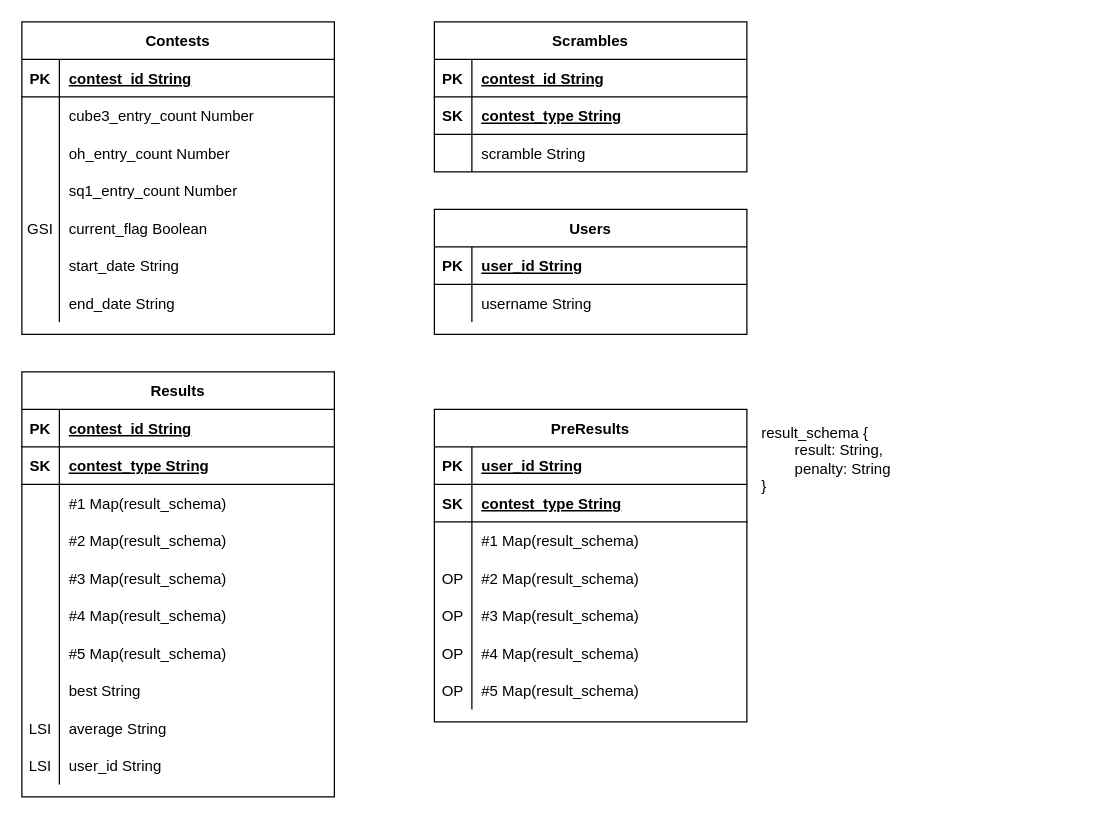
The draw.io diagram documents/erd.drawio in ky12228121/JIMContest, before the edit. Source tidied: cells renumbered, new cells numbered last; positions are measured from the earlier drawing's top-left corner, leaving out a move shared by most shapes. Both pictures are drawn from the tidied source at 125%, with x=0, y=0 at pixel (21, 21).
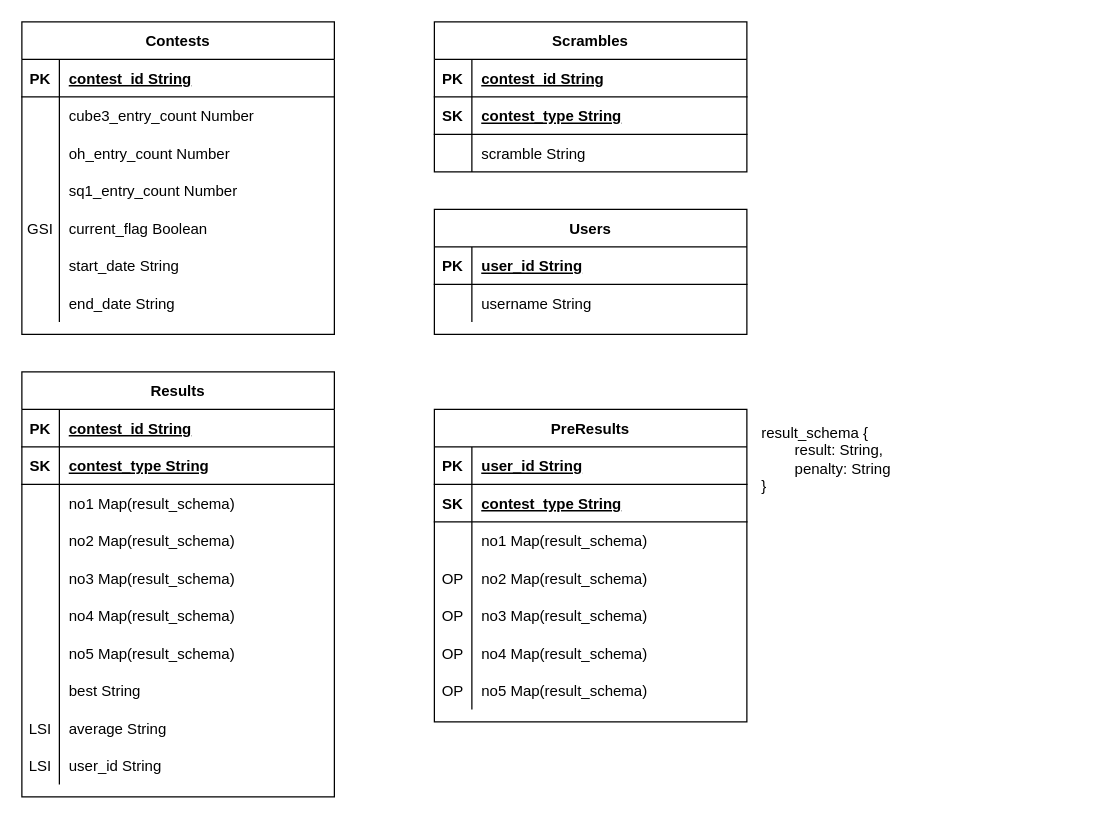
The same diagram, later.

Unchanged cells that the change refers to:
```xml
<mxCell id="48" style="shape=partialRectangle;fillColor=none;top=0;left=0;right=0;bottom=0;" parent="41" vertex="1">
  <mxGeometry y="90" width="250" height="30" as="geometry" />
</mxCell>
<mxCell id="51" style="shape=partialRectangle;fillColor=none;top=0;left=0;right=0;bottom=0;" parent="41" vertex="1">
  <mxGeometry y="120" width="250" height="30" as="geometry" />
</mxCell>
<mxCell id="54" style="shape=partialRectangle;fillColor=none;top=0;left=0;right=0;bottom=0;" parent="41" vertex="1">
  <mxGeometry y="150" width="250" height="30" as="geometry" />
</mxCell>
<mxCell id="57" style="shape=partialRectangle;fillColor=none;top=0;left=0;right=0;bottom=0;" parent="41" vertex="1">
  <mxGeometry y="180" width="250" height="30" as="geometry" />
</mxCell>
<mxCell id="60" style="shape=partialRectangle;fillColor=none;top=0;left=0;right=0;bottom=0;" parent="41" vertex="1">
  <mxGeometry y="210" width="250" height="30" as="geometry" />
</mxCell>
<mxCell id="71" style="shape=partialRectangle;fillColor=none;top=0;left=0;right=0;bottom=0;" parent="64" vertex="1">
  <mxGeometry y="90" width="250" height="30" as="geometry" />
</mxCell>
<mxCell id="74" style="shape=partialRectangle;fillColor=none;top=0;left=0;right=0;bottom=0;" parent="64" vertex="1">
  <mxGeometry y="120" width="250" height="30" as="geometry" />
</mxCell>
<mxCell id="77" style="shape=partialRectangle;fillColor=none;top=0;left=0;right=0;bottom=0;" parent="64" vertex="1">
  <mxGeometry y="150" width="250" height="30" as="geometry" />
</mxCell>
<mxCell id="80" style="shape=partialRectangle;fillColor=none;top=0;left=0;right=0;bottom=0;" parent="64" vertex="1">
  <mxGeometry y="180" width="250" height="30" as="geometry" />
</mxCell>
<mxCell id="83" style="shape=partialRectangle;fillColor=none;top=0;left=0;right=0;bottom=0;" parent="64" vertex="1">
  <mxGeometry y="210" width="250" height="30" as="geometry" />
</mxCell>
```

The edit, as a diff of the source:
```diff
@@
-    <mxCell id="50" value="#1 Map(result_schema)" style="shape=partialRectangle;overflow=hidden;fillColor=none;top=0;left=0;bottom=0;right=0;align=left;spacingLeft=6;" parent="48" vertex="1">
+    <mxCell id="50" value="no1 Map(result_schema)" style="shape=partialRectangle;overflow=hidden;fillColor=none;top=0;left=0;bottom=0;right=0;align=left;spacingLeft=6;" parent="48" vertex="1">
       <mxGeometry x="30" width="220" height="30" as="geometry" />
     </mxCell>
@@
-    <mxCell id="53" value="#2 Map(result_schema)" style="shape=partialRectangle;overflow=hidden;fillColor=none;top=0;left=0;bottom=0;right=0;align=left;spacingLeft=6;" parent="51" vertex="1">
+    <mxCell id="53" value="no2 Map(result_schema)" style="shape=partialRectangle;overflow=hidden;fillColor=none;top=0;left=0;bottom=0;right=0;align=left;spacingLeft=6;" parent="51" vertex="1">
       <mxGeometry x="30" width="220" height="30" as="geometry" />
     </mxCell>
@@
-    <mxCell id="56" value="#3 Map(result_schema)" style="shape=partialRectangle;overflow=hidden;fillColor=none;top=0;left=0;bottom=0;right=0;align=left;spacingLeft=6;" parent="54" vertex="1">
+    <mxCell id="56" value="no3 Map(result_schema)" style="shape=partialRectangle;overflow=hidden;fillColor=none;top=0;left=0;bottom=0;right=0;align=left;spacingLeft=6;" parent="54" vertex="1">
       <mxGeometry x="30" width="220" height="30" as="geometry" />
     </mxCell>
@@
-    <mxCell id="59" value="#4 Map(result_schema)" style="shape=partialRectangle;overflow=hidden;fillColor=none;top=0;left=0;bottom=0;right=0;align=left;spacingLeft=6;" parent="57" vertex="1">
+    <mxCell id="59" value="no4 Map(result_schema)" style="shape=partialRectangle;overflow=hidden;fillColor=none;top=0;left=0;bottom=0;right=0;align=left;spacingLeft=6;" parent="57" vertex="1">
       <mxGeometry x="30" width="220" height="30" as="geometry" />
     </mxCell>
@@
-    <mxCell id="62" value="#5 Map(result_schema)" style="shape=partialRectangle;overflow=hidden;fillColor=none;top=0;left=0;bottom=0;right=0;align=left;spacingLeft=6;" parent="60" vertex="1">
+    <mxCell id="62" value="no5 Map(result_schema)" style="shape=partialRectangle;overflow=hidden;fillColor=none;top=0;left=0;bottom=0;right=0;align=left;spacingLeft=6;" parent="60" vertex="1">
       <mxGeometry x="30" width="220" height="30" as="geometry" />
     </mxCell>
@@
-    <mxCell id="73" value="#1 Map(result_schema)" style="shape=partialRectangle;overflow=hidden;fillColor=none;top=0;left=0;bottom=0;right=0;align=left;spacingLeft=6;" parent="71" vertex="1">
+    <mxCell id="73" value="no1 Map(result_schema)" style="shape=partialRectangle;overflow=hidden;fillColor=none;top=0;left=0;bottom=0;right=0;align=left;spacingLeft=6;" parent="71" vertex="1">
       <mxGeometry x="30" width="220" height="30" as="geometry" />
     </mxCell>
@@
-    <mxCell id="76" value="#2 Map(result_schema)" style="shape=partialRectangle;overflow=hidden;fillColor=none;top=0;left=0;bottom=0;right=0;align=left;spacingLeft=6;" parent="74" vertex="1">
+    <mxCell id="76" value="no2 Map(result_schema)" style="shape=partialRectangle;overflow=hidden;fillColor=none;top=0;left=0;bottom=0;right=0;align=left;spacingLeft=6;" parent="74" vertex="1">
       <mxGeometry x="30" width="220" height="30" as="geometry" />
     </mxCell>
@@
-    <mxCell id="79" value="#3 Map(result_schema)" style="shape=partialRectangle;overflow=hidden;fillColor=none;top=0;left=0;bottom=0;right=0;align=left;spacingLeft=6;" parent="77" vertex="1">
+    <mxCell id="79" value="no3 Map(result_schema)" style="shape=partialRectangle;overflow=hidden;fillColor=none;top=0;left=0;bottom=0;right=0;align=left;spacingLeft=6;" parent="77" vertex="1">
       <mxGeometry x="30" width="220" height="30" as="geometry" />
     </mxCell>
@@
-    <mxCell id="82" value="#4 Map(result_schema)" style="shape=partialRectangle;overflow=hidden;fillColor=none;top=0;left=0;bottom=0;right=0;align=left;spacingLeft=6;" parent="80" vertex="1">
+    <mxCell id="82" value="no4 Map(result_schema)" style="shape=partialRectangle;overflow=hidden;fillColor=none;top=0;left=0;bottom=0;right=0;align=left;spacingLeft=6;" parent="80" vertex="1">
       <mxGeometry x="30" width="220" height="30" as="geometry" />
     </mxCell>
@@
-    <mxCell id="85" value="#5 Map(result_schema)" style="shape=partialRectangle;overflow=hidden;fillColor=none;top=0;left=0;bottom=0;right=0;align=left;spacingLeft=6;" parent="83" vertex="1">
+    <mxCell id="85" value="no5 Map(result_schema)" style="shape=partialRectangle;overflow=hidden;fillColor=none;top=0;left=0;bottom=0;right=0;align=left;spacingLeft=6;" parent="83" vertex="1">
       <mxGeometry x="30" width="220" height="30" as="geometry" />
     </mxCell>
```
